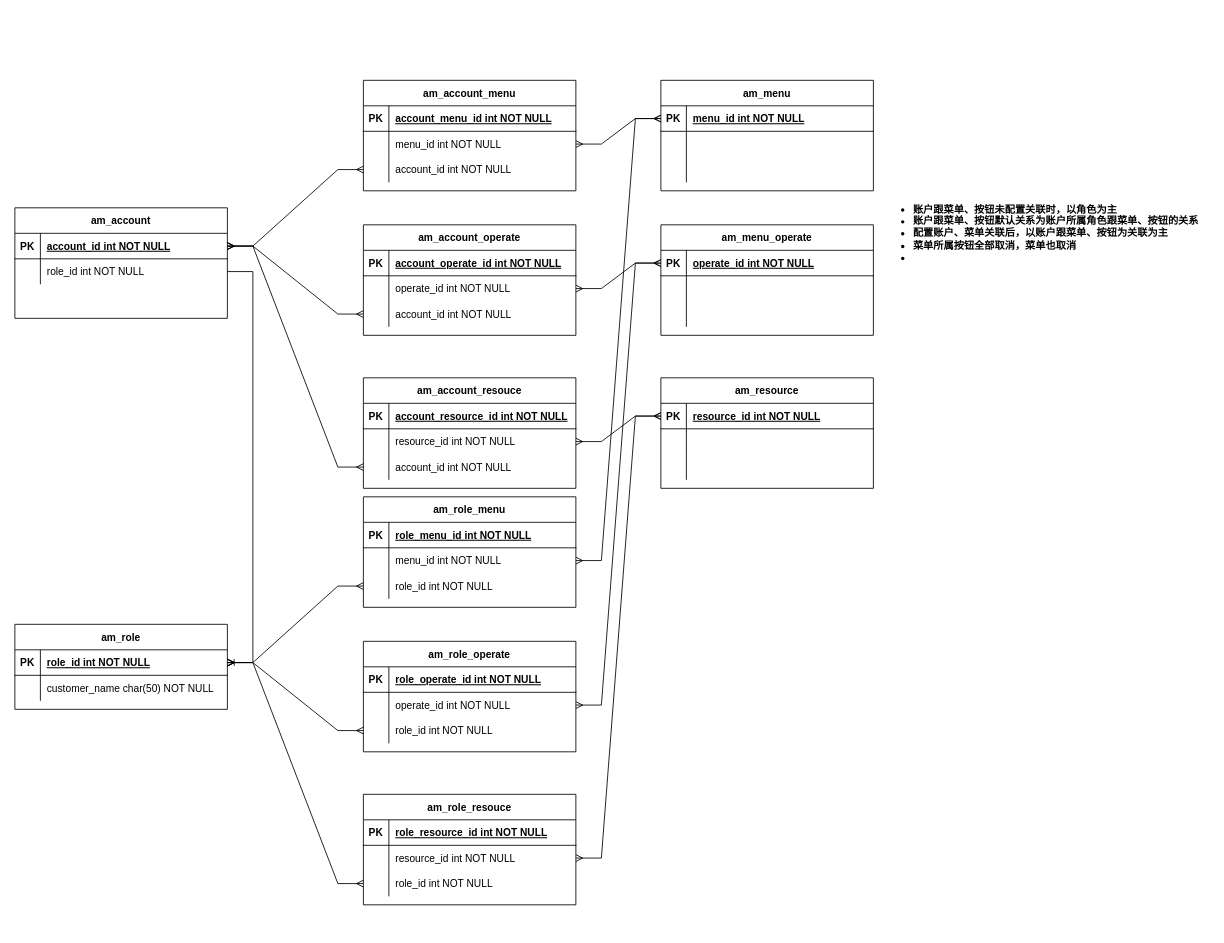
The draw.io diagram 权限设计-ER.drawio in stephenZkang/diagrams, before the edit. Source tidied: cells renumbered, new cells numbered last; positions are measured from the earlier drawing's top-left corner, leaving out a move shared by most shapes. Both pictures are drawn from the tidied source at 85%, with x=0, y=0 at pixel (14, 80).
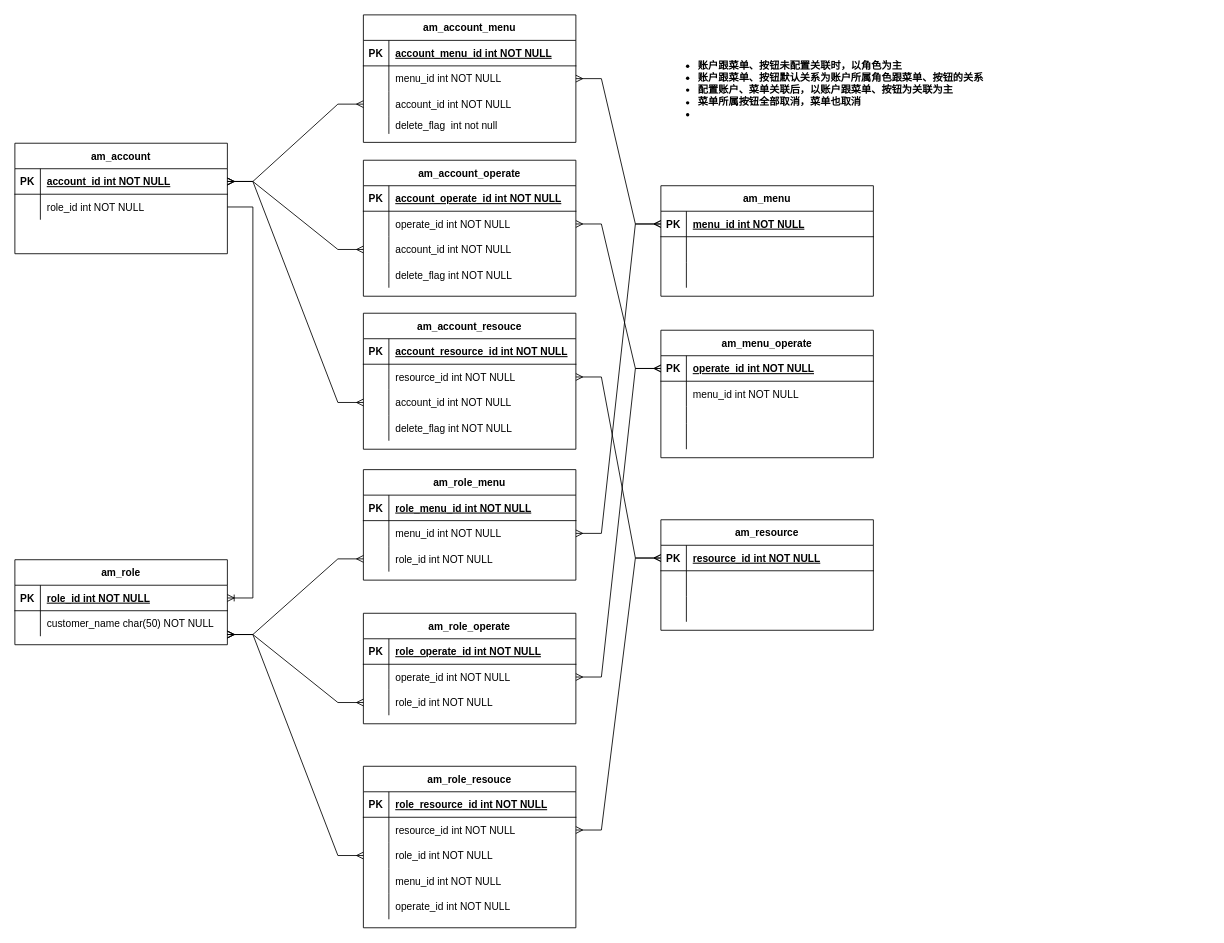
The same page after the edit.

Commit message (it also covers changes not shown here):
更新权限设计-ER.drawio

Unchanged cells that the change refers to:
```xml
<mxCell id="82" style="shape=partialRectangle;fillColor=none;points=[[0,0.5],[1,0.5]];portConstraint=eastwest;top=0;left=0;right=0;bottom=0;" parent="75" vertex="1">
  <mxGeometry y="90" width="250" height="30" as="geometry" />
</mxCell>
<mxCell id="86" style="shape=partialRectangle;fillColor=none;points=[[0,0.5],[1,0.5]];portConstraint=eastwest;top=0;left=0;right=0;bottom=1;" parent="85" vertex="1">
  <mxGeometry y="30" width="250" height="30" as="geometry" />
</mxCell>
<mxCell id="99" style="shape=partialRectangle;fillColor=none;points=[[0,0.5],[1,0.5]];portConstraint=eastwest;top=0;left=0;right=0;bottom=0;" parent="92" vertex="1">
  <mxGeometry y="90" width="250" height="30" as="geometry" />
</mxCell>
<mxCell id="112" style="shape=partialRectangle;fillColor=none;points=[[0,0.5],[1,0.5]];portConstraint=eastwest;top=0;left=0;right=0;bottom=0;" parent="105" vertex="1">
  <mxGeometry y="90" width="250" height="30" as="geometry" />
</mxCell>
```

The edit, as a diff of the source:
```diff
@@
     <mxCell id="2" value="am_account_menu" style="shape=table;startSize=30;childLayout=tableLayout;rowLines=0;fontStyle=1;align=center;" parent="1" vertex="1">
-      <mxGeometry x="410" width="250" height="130" as="geometry" />
+      <mxGeometry x="410" y="-77" width="250" height="150" as="geometry" />
     </mxCell>
@@
+    <mxCell id="120" style="shape=tableRow;horizontal=0;startSize=0;swimlaneHead=0;swimlaneBody=0;fillColor=none;top=0;left=0;right=0;bottom=0;" parent="2" vertex="1">
+      <mxGeometry y="120" width="250" height="20" as="geometry" />
+    </mxCell>
+    <mxCell id="121" style="shape=partialRectangle;fillColor=none;top=0;left=0;bottom=0;right=0;overflow=hidden;" parent="120" vertex="1">
+      <mxGeometry width="30" height="20" as="geometry" />
+    </mxCell>
+    <mxCell id="122" value="delete_flag  int not null" style="shape=partialRectangle;fillColor=none;top=0;left=0;bottom=0;right=0;align=left;spacingLeft=6;overflow=hidden;" parent="120" vertex="1">
+      <mxGeometry x="30" width="220" height="20" as="geometry" />
+    </mxCell>
     <mxCell id="12" value="am_menu" style="shape=table;startSize=30;childLayout=tableLayout;rowLines=0;fontStyle=1;align=center;" parent="1" vertex="1">
-      <mxGeometry x="760" width="250" height="130" as="geometry" />
+      <mxGeometry x="760" y="124" width="250" height="130" as="geometry" />
     </mxCell>
@@
     <mxCell id="22" value="am_account" style="shape=table;startSize=30;childLayout=tableLayout;rowLines=0;fontStyle=1;align=center;" parent="1" vertex="1">
-      <mxGeometry y="150" width="250" height="130" as="geometry" />
+      <mxGeometry y="74" width="250" height="130" as="geometry" />
     </mxCell>
@@
     <mxCell id="29" value="am_account_operate" style="shape=table;startSize=30;childLayout=tableLayout;rowLines=0;fontStyle=1;align=center;" parent="1" vertex="1">
-      <mxGeometry x="410" y="170" width="250" height="130" as="geometry" />
+      <mxGeometry x="410" y="94" width="250" height="160" as="geometry" />
     </mxCell>
@@
+    <mxCell id="123" style="shape=tableRow;horizontal=0;startSize=0;swimlaneHead=0;swimlaneBody=0;fillColor=none;top=0;left=0;right=0;bottom=0;" parent="29" vertex="1">
+      <mxGeometry y="120" width="250" height="30" as="geometry" />
+    </mxCell>
+    <mxCell id="124" style="shape=partialRectangle;fillColor=none;top=0;left=0;bottom=0;right=0;overflow=hidden;" parent="123" vertex="1">
+      <mxGeometry width="30" height="30" as="geometry" />
+    </mxCell>
+    <mxCell id="125" value="delete_flag int NOT NULL" style="shape=partialRectangle;fillColor=none;top=0;left=0;bottom=0;right=0;align=left;spacingLeft=6;overflow=hidden;" parent="123" vertex="1">
+      <mxGeometry x="30" width="220" height="30" as="geometry" />
+    </mxCell>
     <mxCell id="39" value="am_menu_operate" style="shape=table;startSize=30;childLayout=tableLayout;rowLines=0;fontStyle=1;align=center;" parent="1" vertex="1">
-      <mxGeometry x="760" y="170" width="250" height="130" as="geometry" />
+      <mxGeometry x="760" y="294" width="250" height="150" as="geometry" />
     </mxCell>
@@
+    <mxCell id="126" style="shape=tableRow;horizontal=0;startSize=0;swimlaneHead=0;swimlaneBody=0;fillColor=none;top=0;left=0;right=0;bottom=0;" parent="39" vertex="1">
+      <mxGeometry y="60" width="250" height="30" as="geometry" />
+    </mxCell>
+    <mxCell id="127" style="shape=partialRectangle;fillColor=none;top=0;left=0;bottom=0;right=0;overflow=hidden;" parent="126" vertex="1">
+      <mxGeometry width="30" height="30" as="geometry" />
+    </mxCell>
+    <mxCell id="128" value="menu_id int NOT NULL" style="shape=partialRectangle;fillColor=none;top=0;left=0;bottom=0;right=0;align=left;spacingLeft=6;overflow=hidden;" parent="126" vertex="1">
+      <mxGeometry x="30" width="220" height="30" as="geometry" />
+    </mxCell>
+    <mxCell id="46" style="shape=partialRectangle;fillColor=none;top=0;left=0;right=0;bottom=0;" parent="39" vertex="1">
+      <mxGeometry y="90" width="250" height="20" as="geometry" />
+    </mxCell>
+    <mxCell id="47" style="shape=partialRectangle;overflow=hidden;fillColor=none;top=0;left=0;bottom=0;right=0;" parent="46" vertex="1">
+      <mxGeometry width="30" height="20" as="geometry" />
+    </mxCell>
+    <mxCell id="48" style="shape=partialRectangle;overflow=hidden;fillColor=none;top=0;left=0;bottom=0;right=0;align=left;spacingLeft=6;" parent="46" vertex="1">
+      <mxGeometry x="30" width="220" height="20" as="geometry" />
+    </mxCell>
     <mxCell id="43" style="shape=partialRectangle;fillColor=none;top=0;left=0;right=0;bottom=0;" parent="39" vertex="1">
-      <mxGeometry y="60" width="250" height="30" as="geometry" />
+      <mxGeometry y="110" width="250" height="30" as="geometry" />
     </mxCell>
@@
-    <mxCell id="46" style="shape=partialRectangle;fillColor=none;top=0;left=0;right=0;bottom=0;" parent="39" vertex="1">
-      <mxGeometry y="90" width="250" height="30" as="geometry" />
-    </mxCell>
-    <mxCell id="47" style="shape=partialRectangle;overflow=hidden;fillColor=none;top=0;left=0;bottom=0;right=0;" parent="46" vertex="1">
-      <mxGeometry width="30" height="30" as="geometry" />
-    </mxCell>
-    <mxCell id="48" style="shape=partialRectangle;overflow=hidden;fillColor=none;top=0;left=0;bottom=0;right=0;align=left;spacingLeft=6;" parent="46" vertex="1">
-      <mxGeometry x="30" width="220" height="30" as="geometry" />
-    </mxCell>
@@
     <mxCell id="52" value="am_account_resouce" style="shape=table;startSize=30;childLayout=tableLayout;rowLines=0;fontStyle=1;align=center;" parent="1" vertex="1">
-      <mxGeometry x="410" y="350" width="250" height="130" as="geometry" />
+      <mxGeometry x="410" y="274" width="250" height="160" as="geometry" />
     </mxCell>
@@
+    <mxCell id="129" style="shape=tableRow;horizontal=0;startSize=0;swimlaneHead=0;swimlaneBody=0;fillColor=none;top=0;left=0;right=0;bottom=0;" parent="52" vertex="1">
+      <mxGeometry y="120" width="250" height="30" as="geometry" />
+    </mxCell>
+    <mxCell id="130" style="shape=partialRectangle;fillColor=none;top=0;left=0;bottom=0;right=0;overflow=hidden;" parent="129" vertex="1">
+      <mxGeometry width="30" height="30" as="geometry" />
+    </mxCell>
+    <mxCell id="131" value="delete_flag int NOT NULL" style="shape=partialRectangle;fillColor=none;top=0;left=0;bottom=0;right=0;align=left;spacingLeft=6;overflow=hidden;" parent="129" vertex="1">
+      <mxGeometry x="30" width="220" height="30" as="geometry" />
+    </mxCell>
     <mxCell id="62" value="am_resource" style="shape=table;startSize=30;childLayout=tableLayout;rowLines=0;fontStyle=1;align=center;" parent="1" vertex="1">
-      <mxGeometry x="760" y="350" width="250" height="130" as="geometry" />
+      <mxGeometry x="760" y="517" width="250" height="130" as="geometry" />
     </mxCell>
@@
     <mxCell id="75" value="am_role_menu" style="shape=table;startSize=30;childLayout=tableLayout;rowLines=0;fontStyle=1;align=center;" parent="1" vertex="1">
-      <mxGeometry x="410" y="490" width="250" height="130" as="geometry" />
+      <mxGeometry x="410" y="458" width="250" height="130" as="geometry" />
     </mxCell>
@@
     <mxCell id="85" value="am_role" style="shape=table;startSize=30;childLayout=tableLayout;rowLines=0;fontStyle=1;align=center;" parent="1" vertex="1">
-      <mxGeometry y="640" width="250" height="100" as="geometry" />
+      <mxGeometry y="564" width="250" height="100" as="geometry" />
     </mxCell>
@@
     <mxCell id="92" value="am_role_operate" style="shape=table;startSize=30;childLayout=tableLayout;rowLines=0;fontStyle=1;align=center;" parent="1" vertex="1">
-      <mxGeometry x="410" y="660" width="250" height="130" as="geometry" />
+      <mxGeometry x="410" y="627" width="250" height="130" as="geometry" />
     </mxCell>
@@
-    <mxCell id="103" style="edgeStyle=entityRelationEdgeStyle;fontSize=12;html=1;endArrow=ERmany;startArrow=ERmany;rounded=0;entryX=0;entryY=0.5;entryDx=0;entryDy=0;exitX=1;exitY=0.5;exitDx=0;exitDy=0;" parent="1" edge="1" source="86" target="82">
-      <mxGeometry relative="1" as="geometry" />
+    <mxCell id="103" style="edgeStyle=entityRelationEdgeStyle;fontSize=12;html=1;endArrow=ERmany;startArrow=ERmany;rounded=0;entryX=0;entryY=0.5;entryDx=0;entryDy=0;exitX=1;exitY=0.5;exitDx=0;exitDy=0;" parent="1" edge="1" target="82">
+      <mxGeometry relative="1" as="geometry">
+        <mxPoint x="250" y="652" as="sourcePoint" />
+      </mxGeometry>
     </mxCell>
-    <mxCell id="104" style="edgeStyle=entityRelationEdgeStyle;fontSize=12;html=1;endArrow=ERmany;startArrow=ERmany;rounded=0;entryX=0;entryY=0.5;entryDx=0;entryDy=0;exitX=1;exitY=0.5;exitDx=0;exitDy=0;" parent="1" edge="1" source="86" target="99">
-      <mxGeometry relative="1" as="geometry" />
+    <mxCell id="104" style="edgeStyle=entityRelationEdgeStyle;fontSize=12;html=1;endArrow=ERmany;startArrow=ERmany;rounded=0;entryX=0;entryY=0.5;entryDx=0;entryDy=0;exitX=1;exitY=0.5;exitDx=0;exitDy=0;" parent="1" edge="1" target="99">
+      <mxGeometry relative="1" as="geometry">
+        <mxPoint x="250" y="652" as="sourcePoint" />
+      </mxGeometry>
     </mxCell>
     <mxCell id="105" value="am_role_resouce" style="shape=table;startSize=30;childLayout=tableLayout;rowLines=0;fontStyle=1;align=center;" parent="1" vertex="1">
-      <mxGeometry x="410" y="840" width="250" height="130" as="geometry" />
+      <mxGeometry x="410" y="807" width="250" height="190" as="geometry" />
     </mxCell>
@@
+    <mxCell id="132" style="shape=tableRow;horizontal=0;startSize=0;swimlaneHead=0;swimlaneBody=0;fillColor=none;top=0;left=0;right=0;bottom=0;" parent="105" vertex="1">
+      <mxGeometry y="120" width="250" height="30" as="geometry" />
+    </mxCell>
+    <mxCell id="133" style="shape=partialRectangle;fillColor=none;top=0;left=0;bottom=0;right=0;overflow=hidden;" parent="132" vertex="1">
+      <mxGeometry width="30" height="30" as="geometry" />
+    </mxCell>
+    <mxCell id="134" value="menu_id int NOT NULL" style="shape=partialRectangle;fillColor=none;top=0;left=0;bottom=0;right=0;align=left;spacingLeft=6;overflow=hidden;" parent="132" vertex="1">
+      <mxGeometry x="30" width="220" height="30" as="geometry" />
+    </mxCell>
+    <mxCell id="135" style="shape=tableRow;horizontal=0;startSize=0;swimlaneHead=0;swimlaneBody=0;fillColor=none;top=0;left=0;right=0;bottom=0;" parent="105" vertex="1">
+      <mxGeometry y="150" width="250" height="30" as="geometry" />
+    </mxCell>
+    <mxCell id="136" style="shape=partialRectangle;fillColor=none;top=0;left=0;bottom=0;right=0;overflow=hidden;" parent="135" vertex="1">
+      <mxGeometry width="30" height="30" as="geometry" />
+    </mxCell>
+    <mxCell id="137" value="operate_id int NOT NULL" style="shape=partialRectangle;fillColor=none;top=0;left=0;bottom=0;right=0;align=left;spacingLeft=6;overflow=hidden;" parent="135" vertex="1">
+      <mxGeometry x="30" width="220" height="30" as="geometry" />
+    </mxCell>
@@
-    <mxCell id="116" style="edgeStyle=entityRelationEdgeStyle;fontSize=12;html=1;endArrow=ERmany;startArrow=ERmany;rounded=0;exitX=1;exitY=0.5;exitDx=0;exitDy=0;entryX=0;entryY=0.5;entryDx=0;entryDy=0;" parent="1" edge="1" source="86" target="112">
-      <mxGeometry relative="1" as="geometry" />
+    <mxCell id="116" style="edgeStyle=entityRelationEdgeStyle;fontSize=12;html=1;endArrow=ERmany;startArrow=ERmany;rounded=0;exitX=1;exitY=0.5;exitDx=0;exitDy=0;entryX=0;entryY=0.5;entryDx=0;entryDy=0;" parent="1" edge="1" target="112">
+      <mxGeometry relative="1" as="geometry">
+        <mxPoint x="250" y="652" as="sourcePoint" />
+      </mxGeometry>
     </mxCell>
@@
     <mxCell id="119" value="&lt;ul&gt;&lt;li&gt;&lt;b&gt;账户跟菜单、按钮未配置关联时，以角色为主&lt;/b&gt;&lt;/li&gt;&lt;li&gt;&lt;b&gt;账户跟菜单、按钮默认关系&lt;/b&gt;&lt;b style=&quot;background-color: initial;&quot;&gt;为账户所属角色跟菜单、按钮的关系&lt;/b&gt;&lt;/li&gt;&lt;li&gt;&lt;b&gt;配置账户、菜单关联后，以账户跟菜单、按钮为关联为主&lt;/b&gt;&lt;/li&gt;&lt;li&gt;&lt;b&gt;菜单所属按钮全部取消，菜单也取消&lt;/b&gt;&lt;/li&gt;&lt;li&gt;&lt;b&gt;&lt;br&gt;&lt;/b&gt;&lt;/li&gt;&lt;/ul&gt;" style="text;html=1;align=left;verticalAlign=middle;strokeColor=none;fillColor=none;" parent="1" vertex="1">
-      <mxGeometry x="1015" y="130" width="390" height="100" as="geometry" />
+      <mxGeometry x="762" y="-39" width="390" height="100" as="geometry" />
     </mxCell>
```
